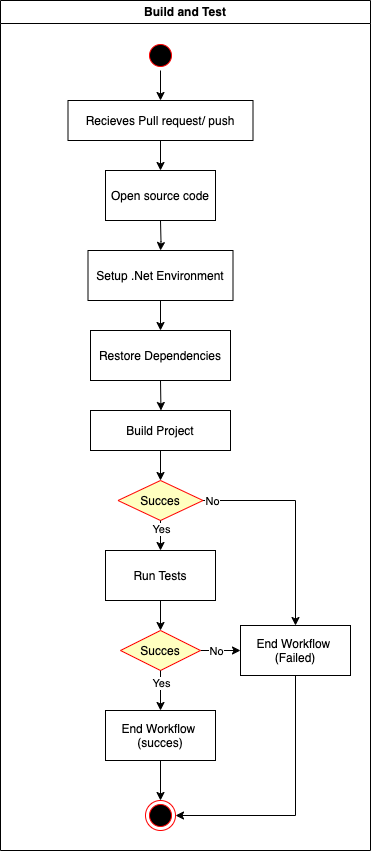
ITU-BDSA-GROUP12/Chirp keeps this draw.io diagram as docs/images/BuildAndTest-Workflow.drawio.png. Above is the earlier version. Source tidied: cells renumbered, new cells last; positions are measured from the earlier drawing's top-left corner, leaving out a move shared by most shapes. The source it was exported from:
```xml
<mxGraphModel>
  <root>
    <mxCell id="0" />
    <mxCell id="1" parent="0" />
    <mxCell id="2" value="Build and Test" style="swimlane;whiteSpace=wrap;" parent="1" vertex="1">
      <mxGeometry width="370" height="850" as="geometry" />
    </mxCell>
    <mxCell id="3" style="edgeStyle=orthogonalEdgeStyle;rounded=0;jettySize=auto;html=1;entryX=0.5;entryY=0;entryDx=0;entryDy=0;" parent="2" edge="1" source="4" target="29">
      <mxGeometry relative="1" as="geometry" />
    </mxCell>
    <mxCell id="4" value="Recieves Pull request/ push" parent="2" vertex="1">
      <mxGeometry x="67.5" y="100" width="185" height="40" as="geometry" />
    </mxCell>
    <mxCell id="5" value="End Workflow &#10;(Failed)" parent="2" vertex="1">
      <mxGeometry x="240" y="625" width="110" height="50" as="geometry" />
    </mxCell>
    <mxCell id="6" style="edgeStyle=orthogonalEdgeStyle;rounded=0;jettySize=auto;html=1;" parent="2" edge="1" target="7">
      <mxGeometry relative="1" as="geometry">
        <mxPoint x="160" y="220" as="sourcePoint" />
      </mxGeometry>
    </mxCell>
    <mxCell id="7" value="Setup .Net Environment" parent="2" vertex="1">
      <mxGeometry x="87.5" y="250" width="145" height="50" as="geometry" />
    </mxCell>
    <mxCell id="8" style="edgeStyle=orthogonalEdgeStyle;rounded=0;jettySize=auto;html=1;exitX=0.5;exitY=1;exitDx=0;exitDy=0;" parent="2" edge="1" source="9">
      <mxGeometry relative="1" as="geometry">
        <mxPoint x="160.5" y="410" as="targetPoint" />
      </mxGeometry>
    </mxCell>
    <mxCell id="9" value="Restore Dependencies" parent="2" vertex="1">
      <mxGeometry x="90" y="330" width="140" height="50" as="geometry" />
    </mxCell>
    <mxCell id="10" style="edgeStyle=orthogonalEdgeStyle;rounded=0;jettySize=auto;html=1;exitX=0.5;exitY=1;exitDx=0;exitDy=0;entryX=0.5;entryY=0;entryDx=0;entryDy=0;" parent="2" edge="1" source="7" target="9">
      <mxGeometry relative="1" as="geometry" />
    </mxCell>
    <mxCell id="11" value="Build Project" parent="2" vertex="1">
      <mxGeometry x="90" y="410" width="140" height="40" as="geometry" />
    </mxCell>
    <mxCell id="12" style="edgeStyle=orthogonalEdgeStyle;rounded=0;jettySize=auto;html=1;exitX=1;exitY=0.5;exitDx=0;exitDy=0;entryX=0.5;entryY=0;entryDx=0;entryDy=0;" parent="2" edge="1" source="14" target="5">
      <mxGeometry relative="1" as="geometry" />
    </mxCell>
    <mxCell id="13" value="No" style="edgeLabel;html=1;align=center;verticalAlign=middle;" parent="12" vertex="1">
      <mxGeometry x="-0.81" y="-1" relative="1" as="geometry">
        <mxPoint x="-12" y="-1" as="offset" />
      </mxGeometry>
    </mxCell>
    <mxCell id="14" value="Succes" style="rhombus;fillColor=#ffffc0;strokeColor=#ff0000;" parent="2" vertex="1">
      <mxGeometry x="117.5" y="480" width="85" height="40" as="geometry" />
    </mxCell>
    <mxCell id="15" style="edgeStyle=orthogonalEdgeStyle;rounded=0;jettySize=auto;html=1;entryX=0.5;entryY=0;entryDx=0;entryDy=0;" parent="2" edge="1" source="11" target="14">
      <mxGeometry relative="1" as="geometry" />
    </mxCell>
    <mxCell id="16" value="Run Tests" parent="2" vertex="1">
      <mxGeometry x="105" y="550" width="110" height="50" as="geometry" />
    </mxCell>
    <mxCell id="17" style="edgeStyle=orthogonalEdgeStyle;rounded=0;jettySize=auto;html=1;" parent="2" edge="1" source="14" target="16">
      <mxGeometry relative="1" as="geometry" />
    </mxCell>
    <mxCell id="18" value="Yes" style="edgeLabel;html=1;align=center;verticalAlign=middle;" parent="17" vertex="1">
      <mxGeometry x="-0.66" relative="1" as="geometry" />
    </mxCell>
    <mxCell id="19" style="edgeStyle=orthogonalEdgeStyle;rounded=0;jettySize=auto;html=1;exitX=1;exitY=0.5;exitDx=0;exitDy=0;entryX=0;entryY=0.5;entryDx=0;entryDy=0;" parent="2" edge="1" source="21" target="5">
      <mxGeometry relative="1" as="geometry" />
    </mxCell>
    <mxCell id="20" value="No" style="edgeLabel;html=1;align=center;verticalAlign=middle;" parent="19" vertex="1">
      <mxGeometry x="-0.41" y="2" relative="1" as="geometry">
        <mxPoint x="3" y="2" as="offset" />
      </mxGeometry>
    </mxCell>
    <mxCell id="21" value="Succes" style="rhombus;fillColor=#ffffc0;strokeColor=#ff0000;" parent="2" vertex="1">
      <mxGeometry x="120" y="630" width="80" height="40" as="geometry" />
    </mxCell>
    <mxCell id="22" style="edgeStyle=orthogonalEdgeStyle;rounded=0;jettySize=auto;html=1;exitX=0.5;exitY=1;exitDx=0;exitDy=0;entryX=0.5;entryY=0;entryDx=0;entryDy=0;" parent="2" edge="1" source="16" target="21">
      <mxGeometry relative="1" as="geometry" />
    </mxCell>
    <mxCell id="23" style="ellipse;shape=endState;fillColor=#000000;strokeColor=#ff0000;" parent="2" vertex="1">
      <mxGeometry x="145" y="800" width="30" height="30" as="geometry" />
    </mxCell>
    <mxCell id="24" style="edgeStyle=orthogonalEdgeStyle;rounded=0;jettySize=auto;html=1;exitX=0.5;exitY=1;exitDx=0;exitDy=0;entryX=1;entryY=0.5;entryDx=0;entryDy=0;" parent="2" edge="1" source="5" target="23">
      <mxGeometry relative="1" as="geometry" />
    </mxCell>
    <mxCell id="25" style="edgeStyle=orthogonalEdgeStyle;rounded=0;jettySize=auto;html=1;" parent="2" edge="1" source="26" target="23">
      <mxGeometry relative="1" as="geometry" />
    </mxCell>
    <mxCell id="26" value="End Workflow &#10;(succes)" parent="2" vertex="1">
      <mxGeometry x="105" y="710" width="110" height="50" as="geometry" />
    </mxCell>
    <mxCell id="27" style="edgeStyle=orthogonalEdgeStyle;rounded=0;jettySize=auto;html=1;exitX=0.5;exitY=1;exitDx=0;exitDy=0;entryX=0.5;entryY=0;entryDx=0;entryDy=0;" parent="2" edge="1" source="21" target="26">
      <mxGeometry relative="1" as="geometry" />
    </mxCell>
    <mxCell id="28" value="Yes" style="edgeLabel;html=1;align=center;verticalAlign=middle;" parent="27" vertex="1">
      <mxGeometry x="-0.55" relative="1" as="geometry">
        <mxPoint y="3" as="offset" />
      </mxGeometry>
    </mxCell>
    <mxCell id="29" value="Open source code" parent="2" vertex="1">
      <mxGeometry x="105" y="170" width="110" height="50" as="geometry" />
    </mxCell>
    <mxCell id="30" style="edgeStyle=orthogonalEdgeStyle;rounded=0;jettySize=auto;html=1;" parent="2" edge="1" source="31" target="4">
      <mxGeometry relative="1" as="geometry" />
    </mxCell>
    <mxCell id="31" style="ellipse;shape=startState;fillColor=#000000;strokeColor=#ff0000;fontStyle=1;" parent="2" vertex="1">
      <mxGeometry x="145" y="40" width="30" height="30" as="geometry" />
    </mxCell>
  </root>
</mxGraphModel>
```
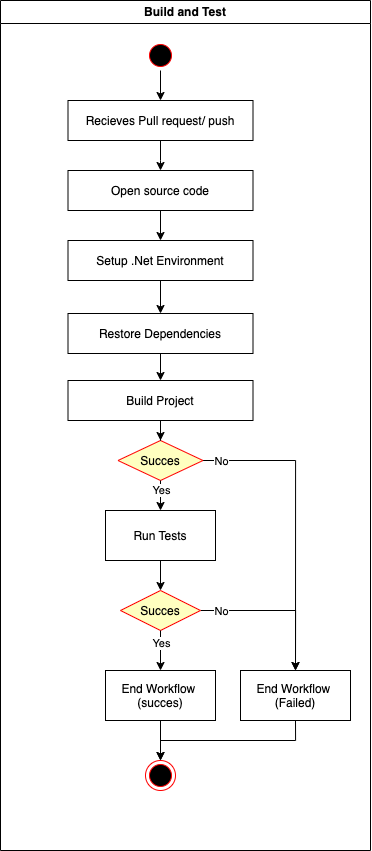
Above is the later version.

Diff of the diagram source:
```diff
@@ -5,37 +5,17 @@
     <mxCell id="2" value="Build and Test" style="swimlane;whiteSpace=wrap;" parent="1" vertex="1">
       <mxGeometry width="370" height="850" as="geometry" />
     </mxCell>
-    <mxCell id="3" style="edgeStyle=orthogonalEdgeStyle;rounded=0;jettySize=auto;html=1;entryX=0.5;entryY=0;entryDx=0;entryDy=0;" parent="2" edge="1" source="4" target="29">
-      <mxGeometry relative="1" as="geometry" />
+    <mxCell id="3" style="edgeStyle=orthogonalEdgeStyle;rounded=0;jettySize=auto;html=1;entryX=0.5;entryY=0;entryDx=0;entryDy=0;" parent="2" edge="1" source="4">
+      <mxGeometry relative="1" as="geometry">
+        <mxPoint x="160" y="170" as="targetPoint" />
+      </mxGeometry>
     </mxCell>
     <mxCell id="4" value="Recieves Pull request/ push" parent="2" vertex="1">
       <mxGeometry x="67.5" y="100" width="185" height="40" as="geometry" />
     </mxCell>
     <mxCell id="5" value="End Workflow &#10;(Failed)" parent="2" vertex="1">
-      <mxGeometry x="240" y="625" width="110" height="50" as="geometry" />
+      <mxGeometry x="240" y="670" width="110" height="50" as="geometry" />
     </mxCell>
-    <mxCell id="6" style="edgeStyle=orthogonalEdgeStyle;rounded=0;jettySize=auto;html=1;" parent="2" edge="1" target="7">
-      <mxGeometry relative="1" as="geometry">
-        <mxPoint x="160" y="220" as="sourcePoint" />
-      </mxGeometry>
-    </mxCell>
-    <mxCell id="7" value="Setup .Net Environment" parent="2" vertex="1">
-      <mxGeometry x="87.5" y="250" width="145" height="50" as="geometry" />
-    </mxCell>
-    <mxCell id="8" style="edgeStyle=orthogonalEdgeStyle;rounded=0;jettySize=auto;html=1;exitX=0.5;exitY=1;exitDx=0;exitDy=0;" parent="2" edge="1" source="9">
-      <mxGeometry relative="1" as="geometry">
-        <mxPoint x="160.5" y="410" as="targetPoint" />
-      </mxGeometry>
-    </mxCell>
-    <mxCell id="9" value="Restore Dependencies" parent="2" vertex="1">
-      <mxGeometry x="90" y="330" width="140" height="50" as="geometry" />
-    </mxCell>
-    <mxCell id="10" style="edgeStyle=orthogonalEdgeStyle;rounded=0;jettySize=auto;html=1;exitX=0.5;exitY=1;exitDx=0;exitDy=0;entryX=0.5;entryY=0;entryDx=0;entryDy=0;" parent="2" edge="1" source="7" target="9">
-      <mxGeometry relative="1" as="geometry" />
-    </mxCell>
-    <mxCell id="11" value="Build Project" parent="2" vertex="1">
-      <mxGeometry x="90" y="410" width="140" height="40" as="geometry" />
-    </mxCell>
     <mxCell id="12" style="edgeStyle=orthogonalEdgeStyle;rounded=0;jettySize=auto;html=1;exitX=1;exitY=0.5;exitDx=0;exitDy=0;entryX=0.5;entryY=0;entryDx=0;entryDy=0;" parent="2" edge="1" source="14" target="5">
       <mxGeometry relative="1" as="geometry" />
     </mxCell>
@@ -45,13 +25,10 @@
       </mxGeometry>
     </mxCell>
     <mxCell id="14" value="Succes" style="rhombus;fillColor=#ffffc0;strokeColor=#ff0000;" parent="2" vertex="1">
-      <mxGeometry x="117.5" y="480" width="85" height="40" as="geometry" />
+      <mxGeometry x="117.5" y="440" width="85" height="40" as="geometry" />
     </mxCell>
-    <mxCell id="15" style="edgeStyle=orthogonalEdgeStyle;rounded=0;jettySize=auto;html=1;entryX=0.5;entryY=0;entryDx=0;entryDy=0;" parent="2" edge="1" source="11" target="14">
-      <mxGeometry relative="1" as="geometry" />
-    </mxCell>
     <mxCell id="16" value="Run Tests" parent="2" vertex="1">
-      <mxGeometry x="105" y="550" width="110" height="50" as="geometry" />
+      <mxGeometry x="105" y="510" width="110" height="50" as="geometry" />
     </mxCell>
     <mxCell id="17" style="edgeStyle=orthogonalEdgeStyle;rounded=0;jettySize=auto;html=1;" parent="2" edge="1" source="14" target="16">
       <mxGeometry relative="1" as="geometry" />
@@ -59,31 +36,41 @@
     <mxCell id="18" value="Yes" style="edgeLabel;html=1;align=center;verticalAlign=middle;" parent="17" vertex="1">
       <mxGeometry x="-0.66" relative="1" as="geometry" />
     </mxCell>
-    <mxCell id="19" style="edgeStyle=orthogonalEdgeStyle;rounded=0;jettySize=auto;html=1;exitX=1;exitY=0.5;exitDx=0;exitDy=0;entryX=0;entryY=0.5;entryDx=0;entryDy=0;" parent="2" edge="1" source="21" target="5">
-      <mxGeometry relative="1" as="geometry" />
+    <mxCell id="19" style="edgeStyle=orthogonalEdgeStyle;rounded=0;jettySize=auto;html=1;exitX=1;exitY=0.5;exitDx=0;exitDy=0;entryX=0.5;entryY=0;entryDx=0;entryDy=0;" parent="2" edge="1" source="21" target="5">
+      <mxGeometry relative="1" as="geometry">
+        <Array as="points">
+          <mxPoint x="295" y="610" />
+        </Array>
+      </mxGeometry>
     </mxCell>
     <mxCell id="20" value="No" style="edgeLabel;html=1;align=center;verticalAlign=middle;" parent="19" vertex="1">
       <mxGeometry x="-0.41" y="2" relative="1" as="geometry">
-        <mxPoint x="3" y="2" as="offset" />
+        <mxPoint x="-26" y="2" as="offset" />
       </mxGeometry>
     </mxCell>
     <mxCell id="21" value="Succes" style="rhombus;fillColor=#ffffc0;strokeColor=#ff0000;" parent="2" vertex="1">
-      <mxGeometry x="120" y="630" width="80" height="40" as="geometry" />
+      <mxGeometry x="120" y="590" width="80" height="40" as="geometry" />
     </mxCell>
     <mxCell id="22" style="edgeStyle=orthogonalEdgeStyle;rounded=0;jettySize=auto;html=1;exitX=0.5;exitY=1;exitDx=0;exitDy=0;entryX=0.5;entryY=0;entryDx=0;entryDy=0;" parent="2" edge="1" source="16" target="21">
       <mxGeometry relative="1" as="geometry" />
     </mxCell>
     <mxCell id="23" style="ellipse;shape=endState;fillColor=#000000;strokeColor=#ff0000;" parent="2" vertex="1">
-      <mxGeometry x="145" y="800" width="30" height="30" as="geometry" />
+      <mxGeometry x="145" y="760" width="30" height="30" as="geometry" />
     </mxCell>
-    <mxCell id="24" style="edgeStyle=orthogonalEdgeStyle;rounded=0;jettySize=auto;html=1;exitX=0.5;exitY=1;exitDx=0;exitDy=0;entryX=1;entryY=0.5;entryDx=0;entryDy=0;" parent="2" edge="1" source="5" target="23">
-      <mxGeometry relative="1" as="geometry" />
+    <mxCell id="24" style="edgeStyle=orthogonalEdgeStyle;rounded=0;jettySize=auto;html=1;exitX=0.5;exitY=1;exitDx=0;exitDy=0;" parent="2" edge="1" source="5">
+      <mxGeometry relative="1" as="geometry">
+        <mxPoint x="160" y="760" as="targetPoint" />
+        <Array as="points">
+          <mxPoint x="295" y="740" />
+          <mxPoint x="160" y="740" />
+        </Array>
+      </mxGeometry>
     </mxCell>
     <mxCell id="25" style="edgeStyle=orthogonalEdgeStyle;rounded=0;jettySize=auto;html=1;" parent="2" edge="1" source="26" target="23">
       <mxGeometry relative="1" as="geometry" />
     </mxCell>
     <mxCell id="26" value="End Workflow &#10;(succes)" parent="2" vertex="1">
-      <mxGeometry x="105" y="710" width="110" height="50" as="geometry" />
+      <mxGeometry x="105" y="670" width="110" height="50" as="geometry" />
     </mxCell>
     <mxCell id="27" style="edgeStyle=orthogonalEdgeStyle;rounded=0;jettySize=auto;html=1;exitX=0.5;exitY=1;exitDx=0;exitDy=0;entryX=0.5;entryY=0;entryDx=0;entryDy=0;" parent="2" edge="1" source="21" target="26">
       <mxGeometry relative="1" as="geometry" />
@@ -93,14 +80,35 @@
         <mxPoint y="3" as="offset" />
       </mxGeometry>
     </mxCell>
-    <mxCell id="29" value="Open source code" parent="2" vertex="1">
-      <mxGeometry x="105" y="170" width="110" height="50" as="geometry" />
-    </mxCell>
     <mxCell id="30" style="edgeStyle=orthogonalEdgeStyle;rounded=0;jettySize=auto;html=1;" parent="2" edge="1" source="31" target="4">
       <mxGeometry relative="1" as="geometry" />
     </mxCell>
     <mxCell id="31" style="ellipse;shape=startState;fillColor=#000000;strokeColor=#ff0000;fontStyle=1;" parent="2" vertex="1">
       <mxGeometry x="145" y="40" width="30" height="30" as="geometry" />
     </mxCell>
+    <mxCell id="32" style="edgeStyle=orthogonalEdgeStyle;rounded=0;jettySize=auto;html=1;entryX=0.5;entryY=0;entryDx=0;entryDy=0;" parent="2" edge="1" source="29" target="7">
+      <mxGeometry relative="1" as="geometry" />
+    </mxCell>
+    <mxCell id="29" value="Open source code" parent="2" vertex="1">
+      <mxGeometry x="67.5" y="170" width="185" height="40" as="geometry" />
+    </mxCell>
+    <mxCell id="15" style="edgeStyle=orthogonalEdgeStyle;rounded=0;jettySize=auto;html=1;" parent="2" edge="1" source="11" target="14">
+      <mxGeometry relative="1" as="geometry" />
+    </mxCell>
+    <mxCell id="11" value="Build Project" parent="2" vertex="1">
+      <mxGeometry x="67.5" y="380" width="185" height="40" as="geometry" />
+    </mxCell>
+    <mxCell id="33" style="edgeStyle=orthogonalEdgeStyle;rounded=0;jettySize=auto;html=1;entryX=0.5;entryY=0;entryDx=0;entryDy=0;" parent="2" edge="1" source="9" target="11">
+      <mxGeometry relative="1" as="geometry" />
+    </mxCell>
+    <mxCell id="9" value="Restore Dependencies" parent="2" vertex="1">
+      <mxGeometry x="67.5" y="313" width="185" height="40" as="geometry" />
+    </mxCell>
+    <mxCell id="10" style="edgeStyle=orthogonalEdgeStyle;rounded=0;jettySize=auto;html=1;entryX=0.5;entryY=0;entryDx=0;entryDy=0;" parent="2" edge="1" source="7" target="9">
+      <mxGeometry relative="1" as="geometry" />
+    </mxCell>
+    <mxCell id="7" value="Setup .Net Environment" parent="2" vertex="1">
+      <mxGeometry x="67.5" y="240" width="185" height="40" as="geometry" />
+    </mxCell>
   </root>
 </mxGraphModel>
```
